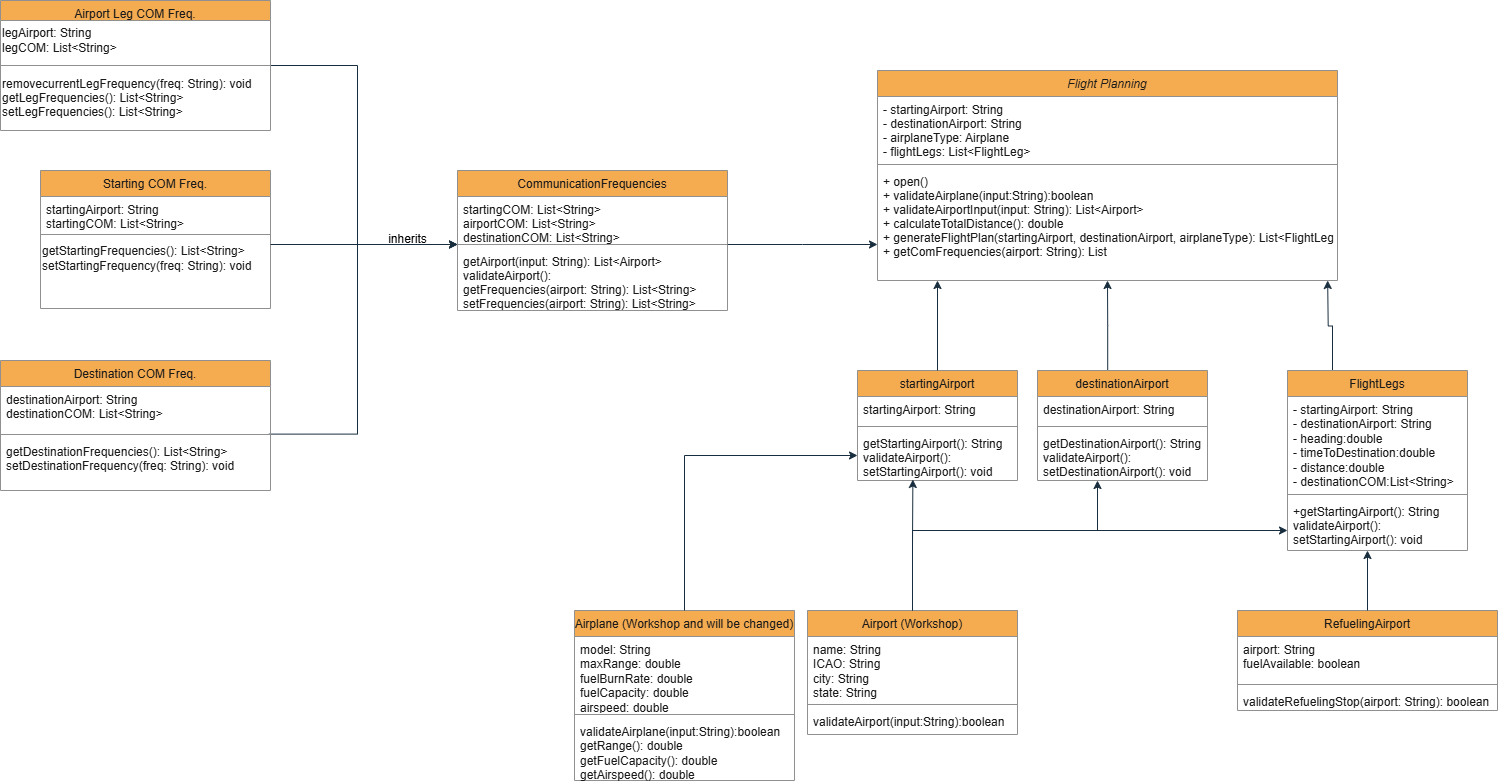
edgarg7/CSCI-360-Software-Development-Project keeps this draw.io diagram as Flight UML Diagram.drawio.png. Above is the earlier version. Source tidied: cells renumbered, new cells last; positions are measured from the earlier drawing's top-left corner, leaving out a move shared by most shapes.
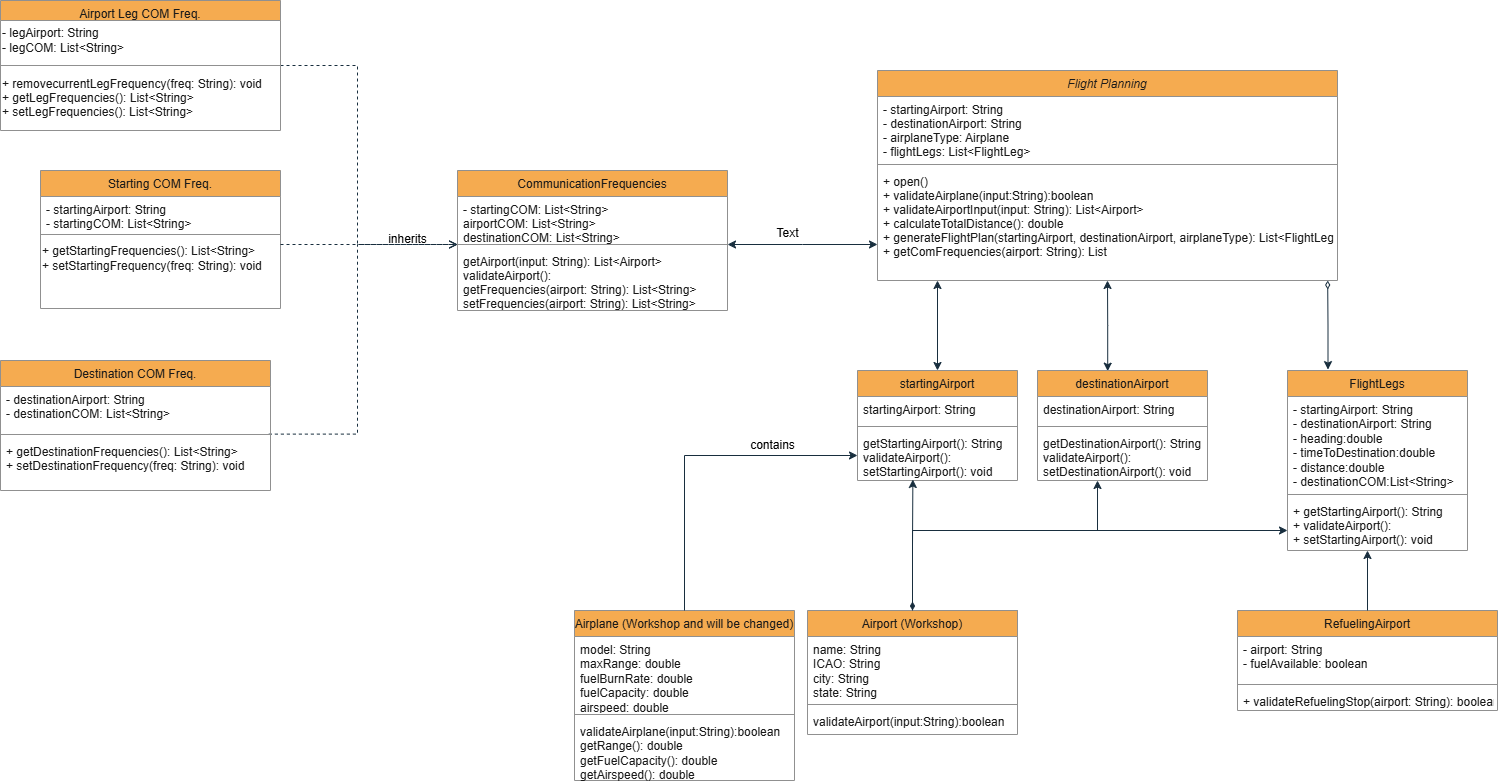
After the commit.

The edit, as a diff of the source:
```diff
@@ -27,18 +27,18 @@
       <mxGeometry y="60" width="160" height="50" as="geometry" />
     </mxCell>
     <mxCell id="10" value="Starting COM Freq." style="swimlane;fontStyle=0;align=center;verticalAlign=top;horizontal=1;startSize=26;rounded=0;shadow=0;strokeWidth=1;labelBackgroundColor=none;fillColor=#F5AB50;strokeColor=#909090;fontColor=#1A1A1A;" parent="1" vertex="1">
-      <mxGeometry x="40" y="170" width="230" height="138" as="geometry" />
+      <mxGeometry x="40" y="170" width="240" height="138" as="geometry" />
     </mxCell>
-    <mxCell id="11" value="startingAirport: String&#10;startingCOM: List&lt;String&gt;" style="text;align=left;verticalAlign=top;spacingLeft=4;spacingRight=4;overflow=hidden;labelBackgroundColor=none;fontColor=#1A1A1A;" parent="10" vertex="1">
-      <mxGeometry y="26" width="230" height="34" as="geometry" />
+    <mxCell id="11" value="- startingAirport: String&#10;- startingCOM: List&lt;String&gt;" style="text;align=left;verticalAlign=top;spacingLeft=4;spacingRight=4;overflow=hidden;labelBackgroundColor=none;fontColor=#1A1A1A;" parent="10" vertex="1">
+      <mxGeometry y="26" width="240" height="34" as="geometry" />
     </mxCell>
     <mxCell id="12" style="line;html=1;strokeWidth=1;align=left;verticalAlign=middle;spacingTop=-1;spacingLeft=3;spacingRight=3;labelPosition=right;labelBackgroundColor=none;fillColor=#F5AB50;strokeColor=#909090;fontColor=#1A1A1A;" parent="10" vertex="1">
-      <mxGeometry y="60" width="230" height="8" as="geometry" />
+      <mxGeometry y="60" width="240" height="8" as="geometry" />
     </mxCell>
-    <mxCell id="13" value="getStartingFrequencies(): List&amp;lt;String&amp;gt;&lt;div&gt;setStartingFrequency(freq: String): void&lt;/div&gt;" style="text;html=1;align=left;verticalAlign=middle;strokeColor=none;fillColor=none;fontColor=#1A1A1A;labelBackgroundColor=none;" parent="10" vertex="1">
-      <mxGeometry y="68" width="230" height="40" as="geometry" />
+    <mxCell id="13" value="+ getStartingFrequencies(): List&amp;lt;String&amp;gt;&lt;div&gt;+ setStartingFrequency(freq: String): void&lt;/div&gt;" style="text;html=1;align=left;verticalAlign=middle;strokeColor=none;fillColor=none;fontColor=#1A1A1A;labelBackgroundColor=none;" parent="10" vertex="1">
+      <mxGeometry y="68" width="240" height="40" as="geometry" />
     </mxCell>
-    <mxCell id="14" style="edgeStyle=orthogonalEdgeStyle;rounded=0;jettySize=auto;html=1;entryX=0.5;entryY=1;entryDx=0;entryDy=0;labelBackgroundColor=none;strokeColor=#182E3E;fontColor=default;exitX=0.413;exitY=0.006;exitDx=0;exitDy=0;exitPerimeter=0;" parent="1" edge="1" source="15" target="2">
+    <mxCell id="14" style="edgeStyle=orthogonalEdgeStyle;rounded=0;jettySize=auto;html=1;entryX=0.5;entryY=1;entryDx=0;entryDy=0;labelBackgroundColor=none;strokeColor=#182E3E;fontColor=default;exitX=0.413;exitY=0.006;exitDx=0;exitDy=0;exitPerimeter=0;startArrow=classic;startFill=1;" parent="1" edge="1" source="15" target="2">
       <mxGeometry relative="1" as="geometry" />
     </mxCell>
     <mxCell id="15" value="destinationAirport" style="swimlane;fontStyle=0;align=center;verticalAlign=top;horizontal=1;startSize=26;rounded=0;shadow=0;strokeWidth=1;labelBackgroundColor=none;fillColor=#F5AB50;strokeColor=#909090;fontColor=#1A1A1A;" parent="1" vertex="1">
@@ -56,10 +56,10 @@
     <mxCell id="19" value="CommunicationFrequencies" style="swimlane;fontStyle=0;align=center;verticalAlign=top;horizontal=1;startSize=26;rounded=0;shadow=0;strokeWidth=1;labelBackgroundColor=none;fillColor=#F5AB50;strokeColor=#909090;fontColor=#1A1A1A;" parent="1" vertex="1">
       <mxGeometry x="457" y="170" width="270" height="140" as="geometry" />
     </mxCell>
-    <mxCell id="20" value="startingCOM: List&lt;String&gt;&#10;airportCOM: List&lt;String&gt;&#10;destinationCOM: List&lt;String&gt;" style="text;align=left;verticalAlign=top;spacingLeft=4;spacingRight=4;overflow=hidden;labelBackgroundColor=none;fontColor=#1A1A1A;" parent="19" vertex="1">
+    <mxCell id="20" value="- startingCOM: List&lt;String&gt;&#10;airportCOM: List&lt;String&gt;&#10;destinationCOM: List&lt;String&gt;" style="text;align=left;verticalAlign=top;spacingLeft=4;spacingRight=4;overflow=hidden;labelBackgroundColor=none;fontColor=#1A1A1A;" parent="19" vertex="1">
       <mxGeometry y="26" width="270" height="44" as="geometry" />
     </mxCell>
-    <mxCell id="21" style="edgeStyle=orthogonalEdgeStyle;rounded=0;jettySize=auto;html=1;labelBackgroundColor=none;strokeColor=#182E3E;fontColor=default;" parent="19" edge="1" source="22">
+    <mxCell id="21" style="edgeStyle=orthogonalEdgeStyle;rounded=0;jettySize=auto;html=1;labelBackgroundColor=none;strokeColor=#182E3E;fontColor=default;startArrow=classic;startFill=1;" parent="19" edge="1" source="22">
       <mxGeometry relative="1" as="geometry">
         <mxPoint x="420" y="74" as="targetPoint" />
       </mxGeometry>
@@ -70,7 +70,7 @@
     <mxCell id="23" value="getAirport(input: String): List&lt;Airport&gt;&#10;validateAirport():&#10;getFrequencies(airport: String): List&lt;String&gt;&#10;setFrequencies(airport: String): List&lt;String&gt;" style="text;align=left;verticalAlign=top;spacingLeft=4;spacingRight=4;overflow=hidden;labelBackgroundColor=none;fontColor=#1A1A1A;" parent="19" vertex="1">
       <mxGeometry y="78" width="270" height="60" as="geometry" />
     </mxCell>
-    <mxCell id="24" style="edgeStyle=orthogonalEdgeStyle;rounded=0;jettySize=auto;html=1;exitX=0.994;exitY=0.452;exitDx=0;exitDy=0;exitPerimeter=0;labelBackgroundColor=none;strokeColor=#182E3E;fontColor=default;" parent="1" edge="1" source="27" target="22">
+    <mxCell id="24" style="edgeStyle=orthogonalEdgeStyle;rounded=0;jettySize=auto;html=1;exitX=0.994;exitY=0.452;exitDx=0;exitDy=0;exitPerimeter=0;labelBackgroundColor=none;strokeColor=#182E3E;fontColor=default;dashed=1;endArrow=open;endFill=0;" parent="1" edge="1" source="27" target="22">
       <mxGeometry relative="1" as="geometry">
         <Array as="points">
           <mxPoint x="357" y="434" />
@@ -81,16 +81,16 @@
     <mxCell id="25" value="Destination COM Freq." style="swimlane;fontStyle=0;align=center;verticalAlign=top;horizontal=1;startSize=26;rounded=0;shadow=0;strokeWidth=1;labelBackgroundColor=none;fillColor=#F5AB50;strokeColor=#909090;fontColor=#1A1A1A;" parent="1" vertex="1">
       <mxGeometry y="360" width="270" height="130" as="geometry" />
     </mxCell>
-    <mxCell id="26" value="destinationAirport: String&#10;destinationCOM: List&lt;String&gt;" style="text;align=left;verticalAlign=top;spacingLeft=4;spacingRight=4;overflow=hidden;labelBackgroundColor=none;fontColor=#1A1A1A;" parent="25" vertex="1">
+    <mxCell id="26" value="- destinationAirport: String&#10;- destinationCOM: List&lt;String&gt;" style="text;align=left;verticalAlign=top;spacingLeft=4;spacingRight=4;overflow=hidden;labelBackgroundColor=none;fontColor=#1A1A1A;" parent="25" vertex="1">
       <mxGeometry y="26" width="270" height="44" as="geometry" />
     </mxCell>
     <mxCell id="27" style="line;html=1;strokeWidth=1;align=left;verticalAlign=middle;spacingTop=-1;spacingLeft=3;spacingRight=3;labelPosition=right;points=[];portConstraint=eastwest;labelBackgroundColor=none;fillColor=#F5AB50;strokeColor=#909090;fontColor=#1A1A1A;" parent="25" vertex="1">
       <mxGeometry y="70" width="270" height="8" as="geometry" />
     </mxCell>
-    <mxCell id="28" value="getDestinationFrequencies(): List&lt;String&gt;&#10;setDestinationFrequency(freq: String): void&#10;" style="text;align=left;verticalAlign=top;spacingLeft=4;spacingRight=4;overflow=hidden;labelBackgroundColor=none;fontColor=#1A1A1A;" parent="25" vertex="1">
+    <mxCell id="28" value="+ getDestinationFrequencies(): List&lt;String&gt;&#10;+ setDestinationFrequency(freq: String): void&#10;" style="text;align=left;verticalAlign=top;spacingLeft=4;spacingRight=4;overflow=hidden;labelBackgroundColor=none;fontColor=#1A1A1A;" parent="25" vertex="1">
       <mxGeometry y="78" width="270" height="52" as="geometry" />
     </mxCell>
-    <mxCell id="29" style="edgeStyle=orthogonalEdgeStyle;rounded=0;jettySize=auto;html=1;exitX=1;exitY=0.5;exitDx=0;exitDy=0;labelBackgroundColor=none;strokeColor=#182E3E;fontColor=default;" parent="1" edge="1" source="30">
+    <mxCell id="29" style="edgeStyle=orthogonalEdgeStyle;rounded=0;jettySize=auto;html=1;exitX=1;exitY=0.5;exitDx=0;exitDy=0;labelBackgroundColor=none;strokeColor=#182E3E;fontColor=default;dashed=1;endArrow=open;endFill=0;" parent="1" edge="1" source="30">
       <mxGeometry relative="1" as="geometry">
         <mxPoint x="457" y="244" as="targetPoint" />
         <Array as="points">
@@ -101,18 +101,18 @@
       </mxGeometry>
     </mxCell>
     <mxCell id="30" value="Airport Leg COM Freq." style="swimlane;fontStyle=0;align=center;verticalAlign=top;horizontal=1;startSize=20;rounded=0;shadow=0;strokeWidth=1;labelBackgroundColor=none;fillColor=#F5AB50;strokeColor=#909090;fontColor=#1A1A1A;" parent="1" vertex="1">
-      <mxGeometry width="270" height="130" as="geometry" />
+      <mxGeometry width="280" height="130" as="geometry" />
     </mxCell>
-    <mxCell id="31" value="legAirport: String&lt;div&gt;legCOM: List&amp;lt;String&amp;gt;&lt;/div&gt;" style="text;html=1;align=left;verticalAlign=middle;strokeColor=none;fillColor=none;fontColor=#1A1A1A;labelBackgroundColor=none;" parent="30" vertex="1">
-      <mxGeometry y="20" width="270" height="40" as="geometry" />
+    <mxCell id="31" value="- legAirport: String&lt;div&gt;- legCOM: List&amp;lt;String&amp;gt;&lt;/div&gt;" style="text;html=1;align=left;verticalAlign=middle;strokeColor=none;fillColor=none;fontColor=#1A1A1A;labelBackgroundColor=none;" parent="30" vertex="1">
+      <mxGeometry y="20" width="280" height="40" as="geometry" />
     </mxCell>
     <mxCell id="32" style="line;html=1;strokeWidth=1;align=left;verticalAlign=middle;spacingTop=-1;spacingLeft=3;spacingRight=3;labelPosition=right;labelBackgroundColor=none;fillColor=#F5AB50;strokeColor=#909090;fontColor=#1A1A1A;" parent="30" vertex="1">
-      <mxGeometry y="60" width="270" height="10" as="geometry" />
+      <mxGeometry y="60" width="280" height="10" as="geometry" />
     </mxCell>
-    <mxCell id="33" value="removecurrentLegFrequency(freq: String): void&#10;getLegFrequencies(): List&lt;String&gt;&#10;setLegFrequencies(): List&lt;String&gt;" style="text;align=left;verticalAlign=top;strokeColor=none;fillColor=none;fontColor=#1A1A1A;labelBackgroundColor=none;" parent="30" vertex="1">
-      <mxGeometry y="70" width="270" height="60" as="geometry" />
+    <mxCell id="33" value="+ removecurrentLegFrequency(freq: String): void&#10;+ getLegFrequencies(): List&lt;String&gt;&#10;+ setLegFrequencies(): List&lt;String&gt;" style="text;align=left;verticalAlign=top;strokeColor=none;fillColor=none;fontColor=#1A1A1A;labelBackgroundColor=none;" parent="30" vertex="1">
+      <mxGeometry y="70" width="280" height="60" as="geometry" />
     </mxCell>
-    <mxCell id="34" style="edgeStyle=orthogonalEdgeStyle;rounded=0;jettySize=auto;html=1;exitX=0.25;exitY=0;exitDx=0;exitDy=0;strokeColor=#182E3E;fontColor=#1A1A1A;" parent="1" edge="1" source="35">
+    <mxCell id="34" style="edgeStyle=orthogonalEdgeStyle;rounded=0;jettySize=auto;html=1;exitX=0.225;exitY=-0.005;exitDx=0;exitDy=0;strokeColor=#182E3E;fontColor=#1A1A1A;exitPerimeter=0;startArrow=classic;startFill=1;endArrow=diamondThin;endFill=0;" parent="1" edge="1" source="35">
       <mxGeometry relative="1" as="geometry">
         <mxPoint x="1327.2" y="280" as="targetPoint" />
       </mxGeometry>
@@ -126,7 +126,7 @@
     <mxCell id="37" style="line;html=1;strokeWidth=1;align=left;verticalAlign=middle;spacingTop=-1;spacingLeft=3;spacingRight=3;labelPosition=right;labelBackgroundColor=none;fillColor=#F5AB50;strokeColor=#909090;fontColor=#1A1A1A;" parent="35" vertex="1">
       <mxGeometry y="120" width="180" height="8" as="geometry" />
     </mxCell>
-    <mxCell id="38" value="+getStartingAirport(): String&#10;validateAirport():&#10;setStartingAirport(): void" style="text;align=left;verticalAlign=top;spacingLeft=4;spacingRight=4;overflow=hidden;labelBackgroundColor=none;fontColor=#1A1A1A;" parent="35" vertex="1">
+    <mxCell id="38" value="+ getStartingAirport(): String&#10;+ validateAirport():&#10;+ setStartingAirport(): void" style="text;align=left;verticalAlign=top;spacingLeft=4;spacingRight=4;overflow=hidden;labelBackgroundColor=none;fontColor=#1A1A1A;" parent="35" vertex="1">
       <mxGeometry y="128" width="180" height="52" as="geometry" />
     </mxCell>
     <mxCell id="39" value="Airplane (Workshop and will be changed)" style="swimlane;fontStyle=0;align=center;verticalAlign=top;horizontal=1;startSize=26;rounded=0;shadow=0;strokeWidth=1;labelBackgroundColor=none;fillColor=#F5AB50;strokeColor=#909090;fontColor=#1A1A1A;" parent="1" vertex="1">
@@ -165,16 +165,16 @@
     <mxCell id="48" value="RefuelingAirport" style="swimlane;fontStyle=0;align=center;verticalAlign=top;horizontal=1;startSize=26;rounded=0;shadow=0;strokeWidth=1;labelBackgroundColor=none;fillColor=#F5AB50;strokeColor=#909090;fontColor=#1A1A1A;" parent="1" vertex="1">
       <mxGeometry x="1237" y="610" width="260" height="100" as="geometry" />
     </mxCell>
-    <mxCell id="49" value="airport: String&#10;fuelAvailable: boolean" style="text;align=left;verticalAlign=top;spacingLeft=4;spacingRight=4;overflow=hidden;rounded=0;shadow=0;html=0;labelBackgroundColor=none;fontColor=#1A1A1A;" parent="48" vertex="1">
+    <mxCell id="49" value="- airport: String&#10;- fuelAvailable: boolean" style="text;align=left;verticalAlign=top;spacingLeft=4;spacingRight=4;overflow=hidden;rounded=0;shadow=0;html=0;labelBackgroundColor=none;fontColor=#1A1A1A;" parent="48" vertex="1">
       <mxGeometry y="26" width="260" height="44" as="geometry" />
     </mxCell>
     <mxCell id="50" style="line;html=1;strokeWidth=1;align=left;verticalAlign=middle;spacingTop=-1;spacingLeft=3;spacingRight=3;labelPosition=right;labelBackgroundColor=none;fillColor=#F5AB50;strokeColor=#909090;fontColor=#1A1A1A;" parent="48" vertex="1">
       <mxGeometry y="70" width="260" height="8" as="geometry" />
     </mxCell>
-    <mxCell id="51" value="validateRefuelingStop(airport: String): boolean" style="text;align=left;verticalAlign=top;spacingLeft=4;spacingRight=4;overflow=hidden;labelBackgroundColor=none;fontColor=#1A1A1A;" parent="48" vertex="1">
+    <mxCell id="51" value="+ validateRefuelingStop(airport: String): boolean" style="text;align=left;verticalAlign=top;spacingLeft=4;spacingRight=4;overflow=hidden;labelBackgroundColor=none;fontColor=#1A1A1A;" parent="48" vertex="1">
       <mxGeometry y="78" width="260" height="22" as="geometry" />
     </mxCell>
-    <mxCell id="52" style="edgeStyle=orthogonalEdgeStyle;rounded=0;jettySize=auto;html=1;labelBackgroundColor=none;strokeColor=#182E3E;fontColor=default;" parent="1" edge="1" source="10">
+    <mxCell id="52" style="edgeStyle=orthogonalEdgeStyle;rounded=0;jettySize=auto;html=1;labelBackgroundColor=none;strokeColor=#182E3E;fontColor=default;dashed=1;endArrow=open;endFill=0;" parent="1" edge="1" source="10">
       <mxGeometry relative="1" as="geometry">
         <mxPoint x="457" y="244" as="targetPoint" />
         <Array as="points">
@@ -182,7 +182,7 @@
         </Array>
       </mxGeometry>
     </mxCell>
-    <mxCell id="53" style="edgeStyle=orthogonalEdgeStyle;rounded=0;jettySize=auto;html=1;labelBackgroundColor=none;strokeColor=#182E3E;fontColor=default;" parent="1" edge="1" source="6">
+    <mxCell id="53" style="edgeStyle=orthogonalEdgeStyle;rounded=0;jettySize=auto;html=1;labelBackgroundColor=none;strokeColor=#182E3E;fontColor=default;startArrow=classic;startFill=1;" parent="1" edge="1" source="6">
       <mxGeometry relative="1" as="geometry">
         <mxPoint x="937" y="280" as="targetPoint" />
       </mxGeometry>
@@ -195,7 +195,7 @@
         <mxPoint x="1367" y="550" as="targetPoint" />
       </mxGeometry>
     </mxCell>
-    <mxCell id="56" style="edgeStyle=orthogonalEdgeStyle;rounded=0;jettySize=auto;html=1;exitX=0.5;exitY=0;exitDx=0;exitDy=0;entryX=0.353;entryY=1;entryDx=0;entryDy=0;entryPerimeter=0;labelBackgroundColor=none;strokeColor=#182E3E;fontColor=default;" parent="1" edge="1" source="44" target="18">
+    <mxCell id="56" style="edgeStyle=orthogonalEdgeStyle;rounded=0;jettySize=auto;html=1;exitX=0.5;exitY=0;exitDx=0;exitDy=0;entryX=0.353;entryY=1;entryDx=0;entryDy=0;entryPerimeter=0;labelBackgroundColor=none;strokeColor=#182E3E;fontColor=default;startArrow=diamondThin;startFill=1;" parent="1" edge="1" source="44" target="18">
       <mxGeometry relative="1" as="geometry">
         <Array as="points">
           <mxPoint x="912" y="530" />
@@ -203,7 +203,7 @@
         </Array>
       </mxGeometry>
     </mxCell>
-    <mxCell id="57" style="edgeStyle=orthogonalEdgeStyle;rounded=0;jettySize=auto;html=1;entryX=0;entryY=0.5;entryDx=0;entryDy=0;labelBackgroundColor=none;strokeColor=#182E3E;fontColor=default;exitX=0.5;exitY=0;exitDx=0;exitDy=0;" parent="1" edge="1" source="39" target="9">
+    <mxCell id="57" style="edgeStyle=orthogonalEdgeStyle;rounded=0;jettySize=auto;html=1;entryX=0;entryY=0.5;entryDx=0;entryDy=0;labelBackgroundColor=none;strokeColor=#182E3E;fontColor=default;exitX=0.5;exitY=0;exitDx=0;exitDy=0;startArrow=none;startFill=0;" parent="1" edge="1" source="39" target="9">
       <mxGeometry relative="1" as="geometry">
         <Array as="points">
           <mxPoint x="684" y="455" />
@@ -213,5 +213,11 @@
     <mxCell id="58" value="inherits" style="text;html=1;align=center;verticalAlign=middle;strokeColor=none;fillColor=none;" parent="1" vertex="1">
       <mxGeometry x="377" y="224" width="60" height="30" as="geometry" />
     </mxCell>
+    <mxCell id="59" value="Text" style="text;html=1;align=center;verticalAlign=middle;strokeColor=none;fillColor=none;" parent="1" vertex="1">
+      <mxGeometry x="762" y="218" width="50" height="30" as="geometry" />
+    </mxCell>
+    <mxCell id="60" value="contains" style="text;html=1;align=center;verticalAlign=middle;strokeColor=none;fillColor=none;" parent="1" vertex="1">
+      <mxGeometry x="737" y="430" width="70" height="30" as="geometry" />
+    </mxCell>
   </root>
 </mxGraphModel>
```
